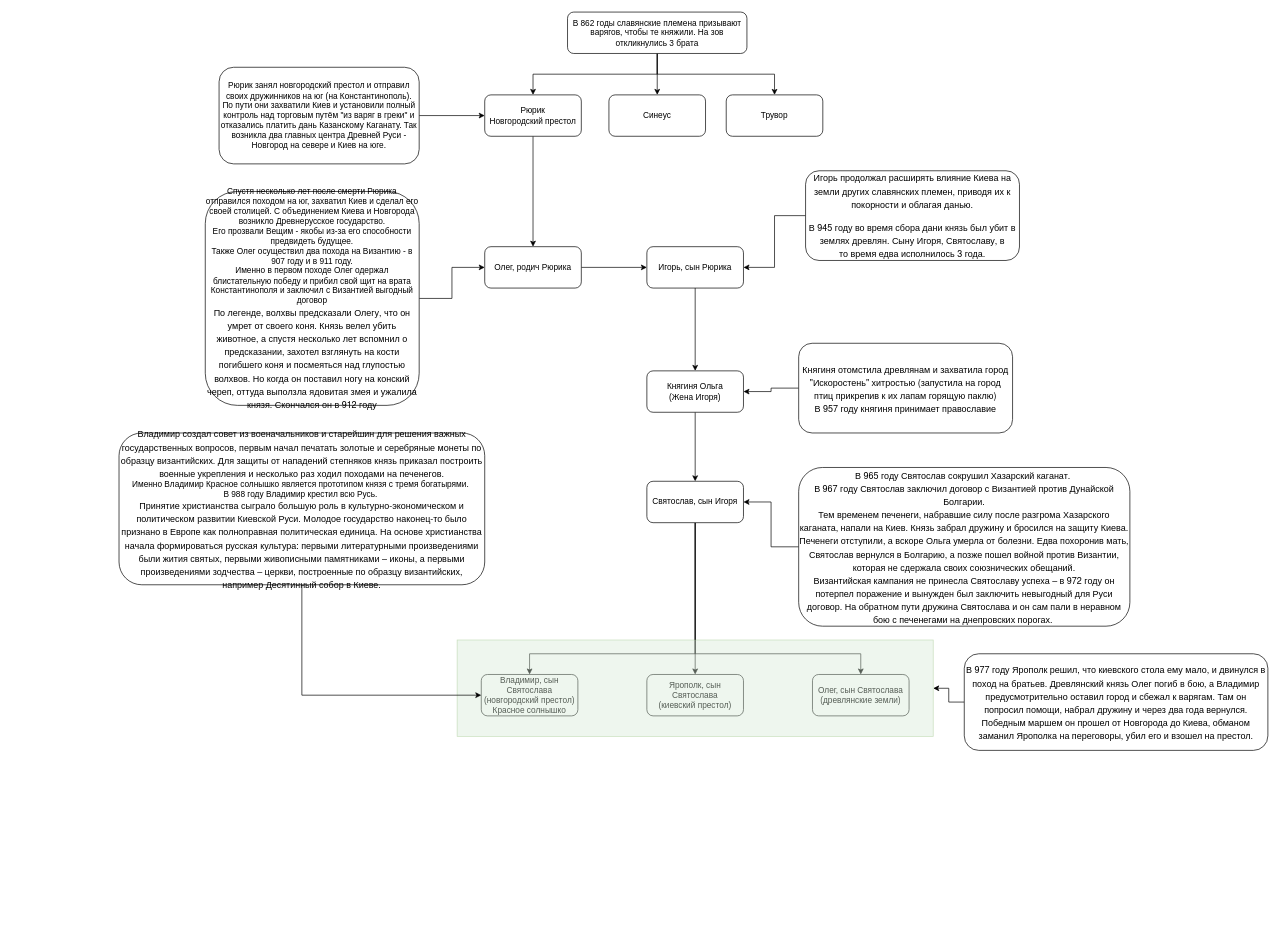
Above: The history of Russia.drawio in MG61/The-history-of-Russia (draw.io), before the change. Source tidied: cells renumbered, new cells numbered last; positions are measured from the earlier drawing's top-left corner, leaving out a move shared by most shapes. Both pictures are drawn from the tidied source at 69%, with x=0, y=0 at pixel (119, 12).
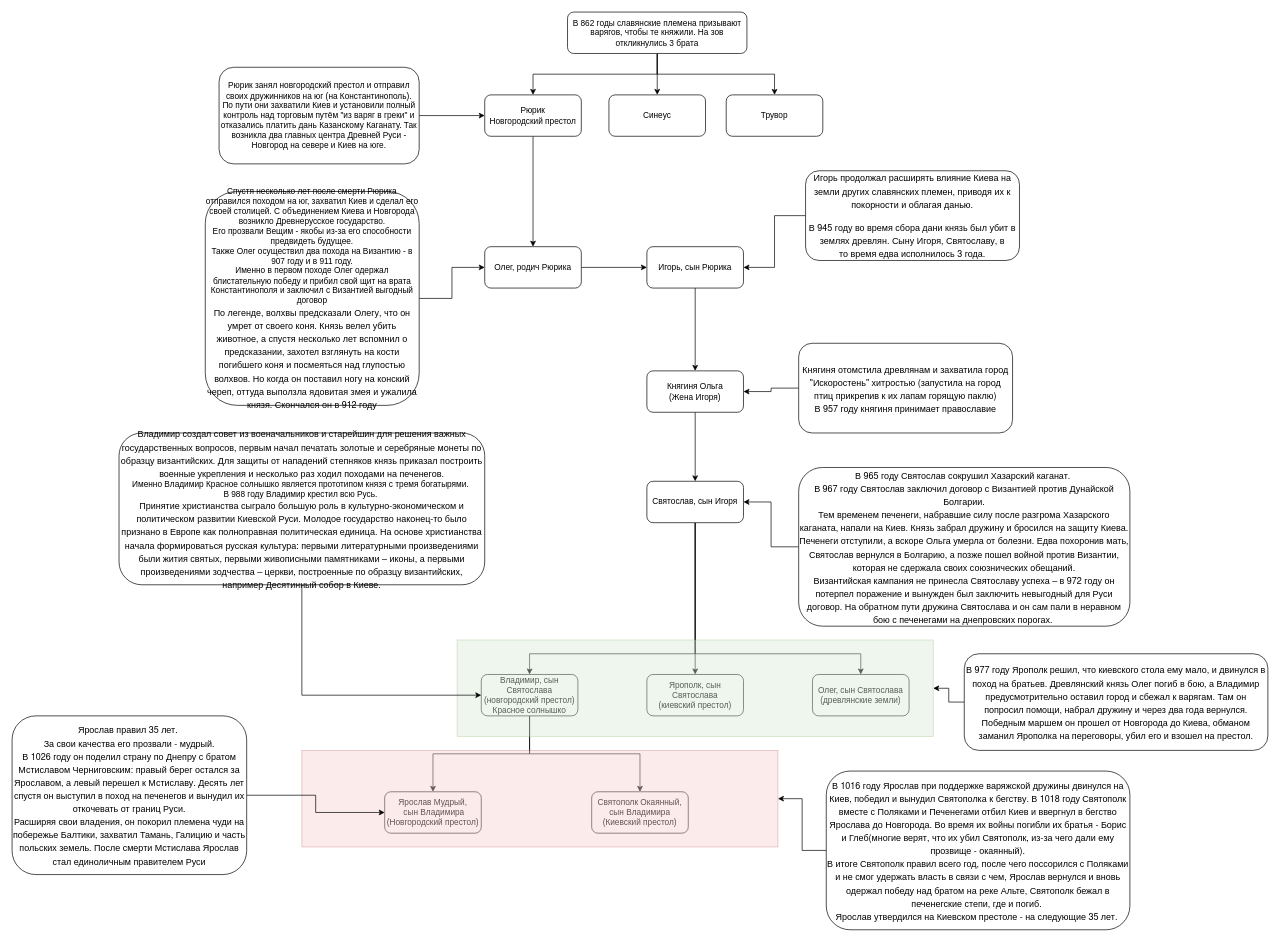
The same page after the edit.

Commit message:
Ярослав Мудрый и Святополк Окаянный

Unchanged cells that the change refers to:
```xml
<mxCell id="31" value="Владимир, сын Святослава&lt;div&gt;(новгородский престол&lt;span style=&quot;background-color: transparent; color: light-dark(rgb(0, 0, 0), rgb(255, 255, 255));&quot;&gt;)&lt;/span&gt;&lt;/div&gt;&lt;div&gt;&lt;span style=&quot;background-color: transparent; color: light-dark(rgb(0, 0, 0), rgb(255, 255, 255));&quot;&gt;Красное солнышко&lt;/span&gt;&lt;/div&gt;" style="rounded=1;whiteSpace=wrap;html=1;" parent="1" vertex="1">
  <mxGeometry x="525" y="960" width="140" height="60" as="geometry" />
</mxCell>
```

Diff of the diagram source:
```diff
@@
+    <mxCell id="38" style="edgeStyle=orthogonalEdgeStyle;rounded=0;jettySize=auto;html=1;exitX=0.5;exitY=1;exitDx=0;exitDy=0;entryX=0.5;entryY=0;entryDx=0;entryDy=0;" parent="1" edge="1" source="31" target="40">
+      <mxGeometry relative="1" as="geometry" />
+    </mxCell>
+    <mxCell id="39" style="edgeStyle=orthogonalEdgeStyle;rounded=0;jettySize=auto;html=1;exitX=0.5;exitY=1;exitDx=0;exitDy=0;entryX=0.5;entryY=0;entryDx=0;entryDy=0;" parent="1" edge="1" source="31" target="41">
+      <mxGeometry relative="1" as="geometry" />
+    </mxCell>
@@
+    <mxCell id="40" value="Святополк Окаянный, сын Владимира&lt;div&gt;(Киевский престол)&lt;/div&gt;" style="rounded=1;whiteSpace=wrap;html=1;" parent="1" vertex="1">
+      <mxGeometry x="685" y="1130" width="140" height="60" as="geometry" />
+    </mxCell>
+    <mxCell id="41" value="Ярослав Мудрый,&lt;div&gt;&amp;nbsp;сын Владимира&lt;div&gt;(Новгородский престол)&lt;/div&gt;&lt;/div&gt;" style="rounded=1;whiteSpace=wrap;html=1;" parent="1" vertex="1">
+      <mxGeometry x="385" y="1130" width="140" height="60" as="geometry" />
+    </mxCell>
+    <mxCell id="42" style="rounded=0;whiteSpace=wrap;html=1;fillColor=#f8cecc;strokeColor=#b85450;opacity=40;" parent="1" vertex="1">
+      <mxGeometry x="265" y="1070" width="690" height="140" as="geometry" />
+    </mxCell>
+    <mxCell id="43" style="edgeStyle=orthogonalEdgeStyle;rounded=0;jettySize=auto;html=1;entryX=1;entryY=0.5;entryDx=0;entryDy=0;" parent="1" edge="1" source="44" target="42">
+      <mxGeometry relative="1" as="geometry" />
+    </mxCell>
+    <mxCell id="44" value="&lt;p style=&quot;margin: 0px; font-variant-numeric: normal; font-variant-east-asian: normal; font-variant-alternates: normal; font-size-adjust: none; font-kerning: auto; font-optical-sizing: auto; font-feature-settings: normal; font-variation-settings: normal; font-variant-position: normal; font-variant-emoji: normal; font-stretch: normal; font-size: 13px; line-height: normal; font-family: &amp;quot;Helvetica Neue&amp;quot;;&quot; class=&quot;p1&quot;&gt;В 1016 году Ярослав при поддержке варяжской дружины двинулся на Киев, победил и вынудил Святополка к бегству. В 1018 году Святополк вместе с Поляками и Печенегами отбил Киев и ввергнул в бегство Ярослава до Новгорода. Во время их войны погибли их братья - Борис и Глеб(многие верят, что их убил Святополк, из-за чего дали ему прозвище - окаянный).&lt;/p&gt;&lt;p style=&quot;margin: 0px; font-variant-numeric: normal; font-variant-east-asian: normal; font-variant-alternates: normal; font-size-adjust: none; font-kerning: auto; font-optical-sizing: auto; font-feature-settings: normal; font-variation-settings: normal; font-variant-position: normal; font-variant-emoji: normal; font-stretch: normal; font-size: 13px; line-height: normal; font-family: &amp;quot;Helvetica Neue&amp;quot;;&quot; class=&quot;p1&quot;&gt;В итоге Святополк правил всего год, после чего поссорился с Поляками и не смог удержать власть в связи с чем, Ярослав вернулся и вновь одержал победу над братом на реке Альте, Святополк бежал в печенегские степи, где и погиб.&amp;nbsp;&lt;/p&gt;&lt;p style=&quot;margin: 0px; font-variant-numeric: normal; font-variant-east-asian: normal; font-variant-alternates: normal; font-size-adjust: none; font-kerning: auto; font-optical-sizing: auto; font-feature-settings: normal; font-variation-settings: normal; font-variant-position: normal; font-variant-emoji: normal; font-stretch: normal; font-size: 13px; line-height: normal; font-family: &amp;quot;Helvetica Neue&amp;quot;;&quot; class=&quot;p1&quot;&gt;Ярослав утвердился на Киевском престоле - на следующие 35 лет.&amp;nbsp;&lt;/p&gt;" style="rounded=1;whiteSpace=wrap;html=1;align=center;" parent="1" vertex="1">
+      <mxGeometry x="1025" y="1100" width="440" height="230" as="geometry" />
+    </mxCell>
+    <mxCell id="45" style="edgeStyle=orthogonalEdgeStyle;rounded=0;jettySize=auto;html=1;entryX=0;entryY=0.5;entryDx=0;entryDy=0;" parent="1" edge="1" source="46" target="41">
+      <mxGeometry relative="1" as="geometry" />
+    </mxCell>
+    <mxCell id="46" value="&lt;p style=&quot;margin: 0px; font-variant-numeric: normal; font-variant-east-asian: normal; font-variant-alternates: normal; font-size-adjust: none; font-kerning: auto; font-optical-sizing: auto; font-feature-settings: normal; font-variation-settings: normal; font-variant-position: normal; font-variant-emoji: normal; font-stretch: normal; font-size: 13px; line-height: normal; font-family: &amp;quot;Helvetica Neue&amp;quot;;&quot; class=&quot;p1&quot;&gt;Ярослав правил 35 лет.&amp;nbsp;&lt;/p&gt;&lt;p style=&quot;margin: 0px; font-variant-numeric: normal; font-variant-east-asian: normal; font-variant-alternates: normal; font-size-adjust: none; font-kerning: auto; font-optical-sizing: auto; font-feature-settings: normal; font-variation-settings: normal; font-variant-position: normal; font-variant-emoji: normal; font-stretch: normal; font-size: 13px; line-height: normal; font-family: &amp;quot;Helvetica Neue&amp;quot;;&quot; class=&quot;p1&quot;&gt;За свои качества его прозвали - мудрый.&lt;/p&gt;&lt;p style=&quot;margin: 0px; font-variant-numeric: normal; font-variant-east-asian: normal; font-variant-alternates: normal; font-size-adjust: none; font-kerning: auto; font-optical-sizing: auto; font-feature-settings: normal; font-variation-settings: normal; font-variant-position: normal; font-variant-emoji: normal; font-stretch: normal; line-height: normal;&quot; class=&quot;p1&quot;&gt;&lt;font face=&quot;Helvetica Neue&quot;&gt;&lt;span style=&quot;font-size: 13px;&quot;&gt;В 1026 году он поделил страну по Днепру с братом Мстиславом Черниговским: правый берег остался за Ярославом, а левый перешел к Мстиславу. Десять лет спустя он выступил в поход на печенегов и вынудил их откочевать от границ Руси.&lt;/span&gt;&lt;/font&gt;&lt;/p&gt;&lt;p style=&quot;margin: 0px; font-variant-numeric: normal; font-variant-east-asian: normal; font-variant-alternates: normal; font-size-adjust: none; font-kerning: auto; font-optical-sizing: auto; font-feature-settings: normal; font-variation-settings: normal; font-variant-position: normal; font-variant-emoji: normal; font-stretch: normal; line-height: normal;&quot; class=&quot;p1&quot;&gt;&lt;font face=&quot;Helvetica Neue&quot;&gt;&lt;span style=&quot;font-size: 13px;&quot;&gt;Расширяя свои владения, он покорил племена чуди на побережье Балтики, захватил Тамань, Галицию и часть польских земель. После смерти Мстислава Ярослав стал единоличным правителем Руси&lt;/span&gt;&lt;/font&gt;&lt;/p&gt;" style="rounded=1;whiteSpace=wrap;html=1;align=center;" parent="1" vertex="1">
+      <mxGeometry x="-155" y="1020" width="340" height="230" as="geometry" />
+    </mxCell>
```
